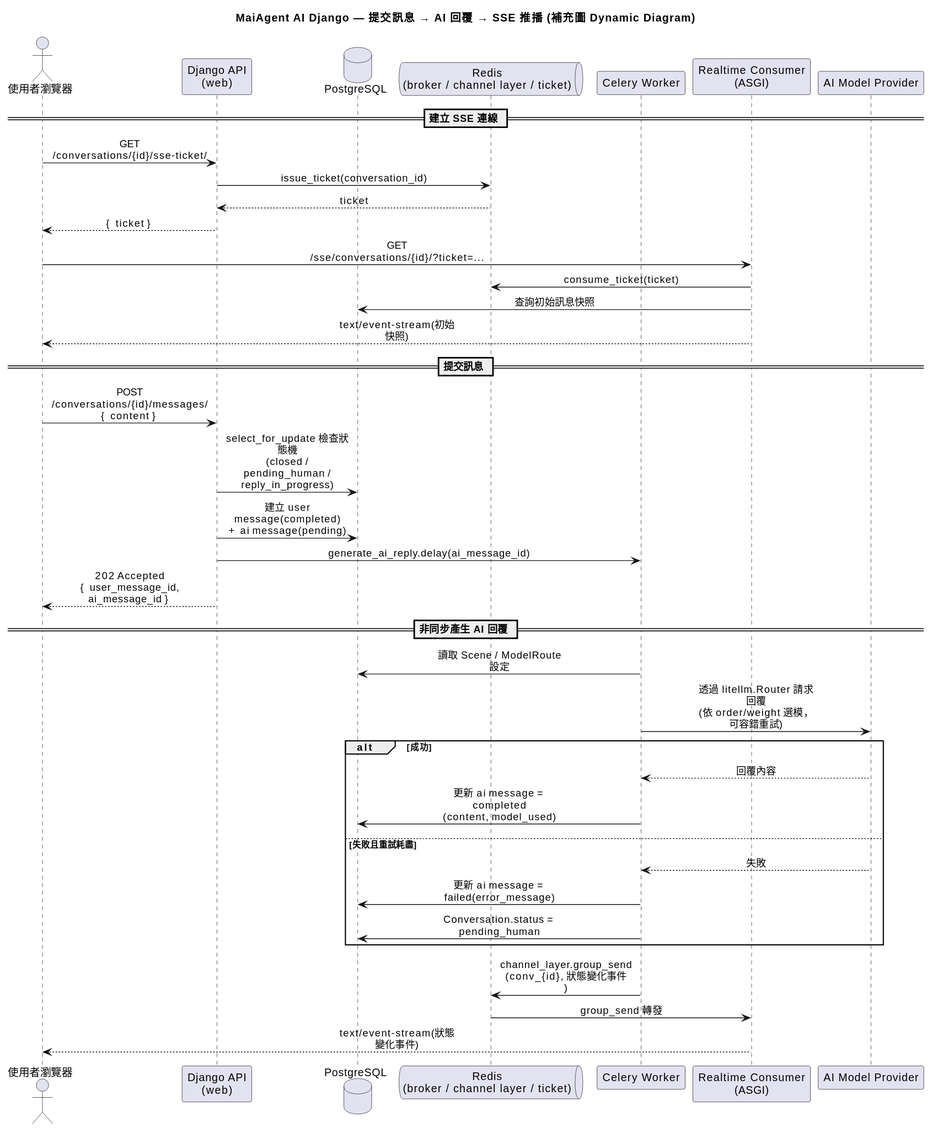
This is docs/architecture/dynamic.svg from KScaesar/MaiAgent2026, a PlantUML export, as it was before one commit.
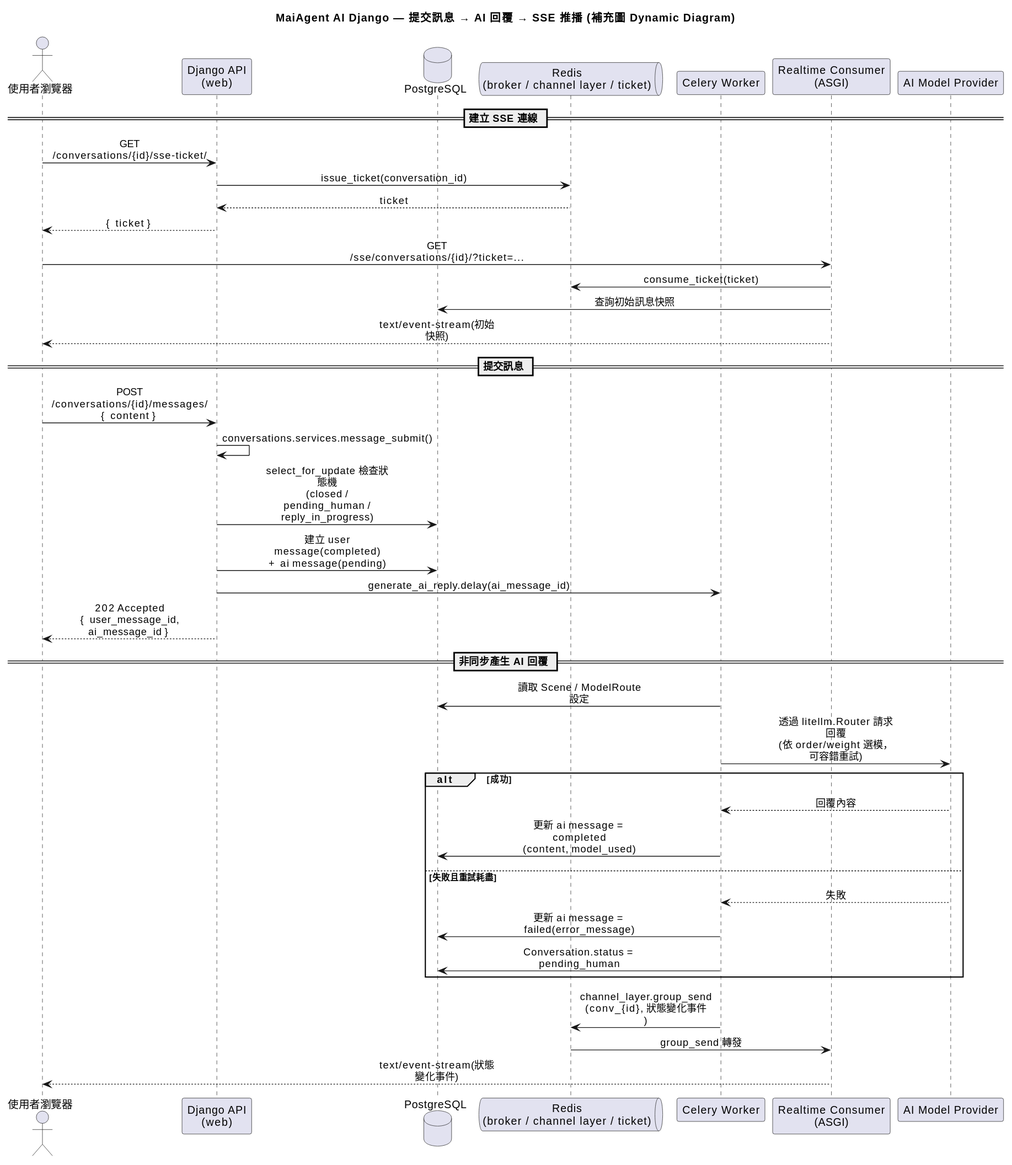
The same diagram one commit later.

Commit message:
refactor(conversations): extract services/selectors per HackSoft styleguide

Diff of the diagram source:
```diff
@@ -26,6 +26,7 @@
 
 == 提交訊息 ==
 Client -> API : POST /conversations/{id}/messages/\n{ content }
+API -> API : conversations.services.message_submit()
 API -> DB : select_for_update 檢查狀態機\n(closed / pending_human / reply_in_progress)
 API -> DB : 建立 user message(completed)\n+ ai message(pending)
 API -> Worker : generate_ai_reply.delay(ai_message_id)
```
